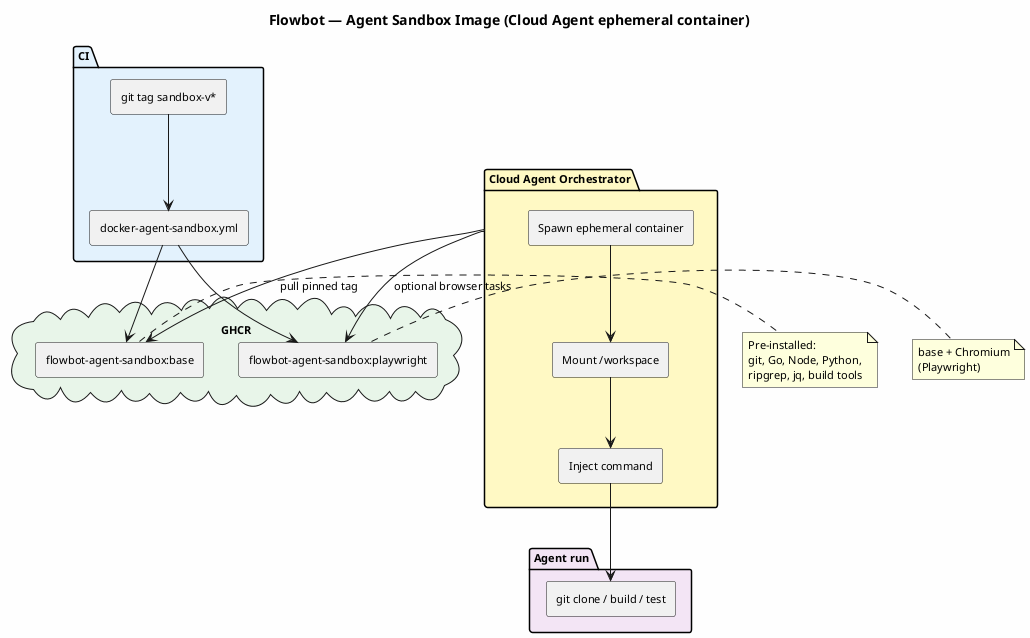
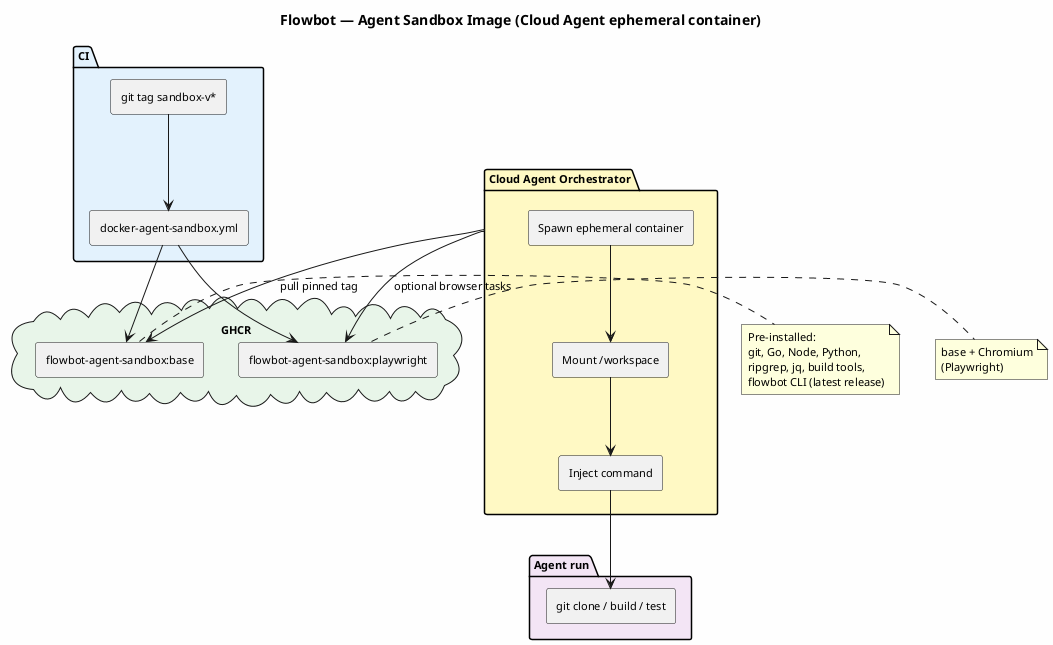
@startuml Agent Sandbox
' =============================================================================
' Flowbot Agent Sandbox Image (flowbot-agent-sandbox)
' Render: plantuml docs/agent/agent-sandbox.puml
' =============================================================================

skinparam componentStyle rectangle
skinparam backgroundColor #FEFEFE
skinparam defaultFontSize 11

title Flowbot — Agent Sandbox Image (Cloud Agent ephemeral container)

package "CI" as CI #E3F2FD {
  [git tag sandbox-v*] as Tag
  [docker-agent-sandbox.yml] as Workflow
}

cloud "GHCR" as GHCR #E8F5E9 {
  [flowbot-agent-sandbox:base] as BaseImg
  [flowbot-agent-sandbox:playwright] as PWImg
}

package "Cloud Agent Orchestrator" as Orch #FFF9C4 {
  [Spawn ephemeral container] as Spawn
  [Mount /workspace] as Mount
  [Inject command] as Cmd
}

package "Agent run" as Run #F3E5F5 {
  [git clone / build / test] as Tasks
}

Tag --> Workflow
Workflow --> BaseImg
Workflow --> PWImg
Orch --> BaseImg : pull pinned tag
Orch --> PWImg : optional browser tasks
Spawn --> Mount
Mount --> Cmd
Cmd --> Tasks

note right of BaseImg
  Pre-installed:
  git, Go, Node, Python,
-   ripgrep, jq, build tools
+   ripgrep, jq, build tools,
+   flowbot CLI (latest release)
end note

note right of PWImg
  base + Chromium
  (Playwright)
end note

@enduml
